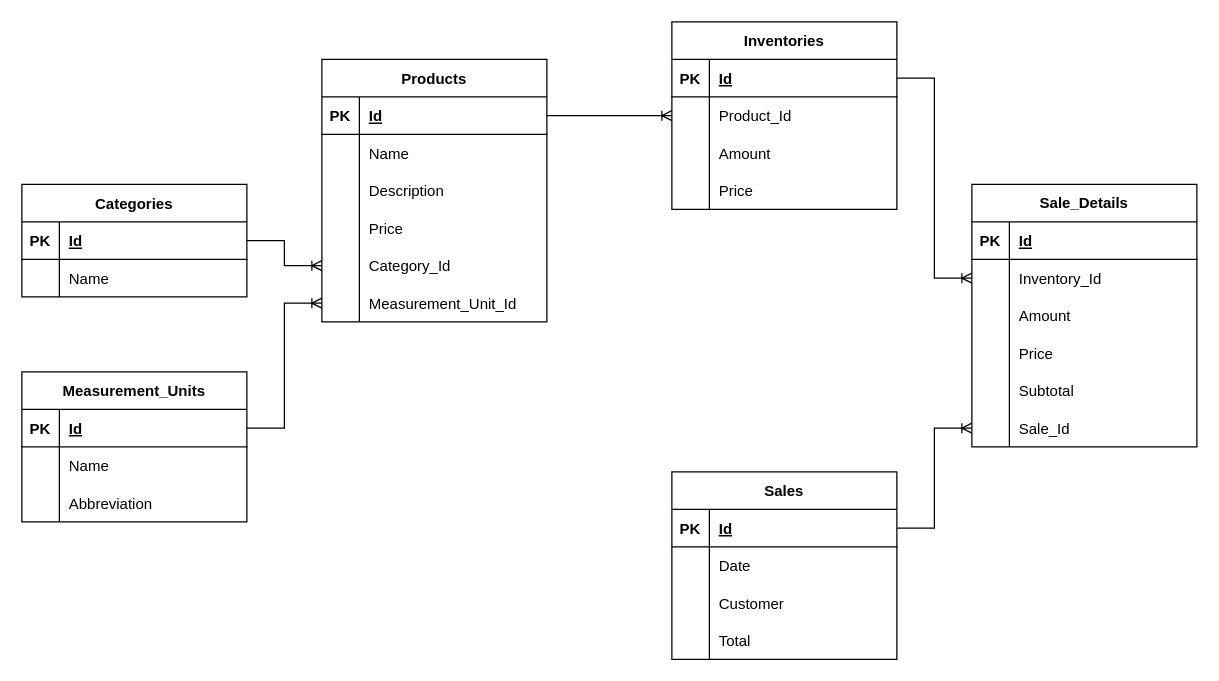
Before: page "Página-1" (1 of 3) of Ferreteria.drawio in Yayis24/FerreDi, a draw.io diagram. Source tidied: cells renumbered, new cells numbered last; positions are measured from the earlier drawing's top-left corner, leaving out a move shared by most shapes. Both pictures are drawn from the tidied source at 125%, with x=0, y=0 at pixel (21, 21).
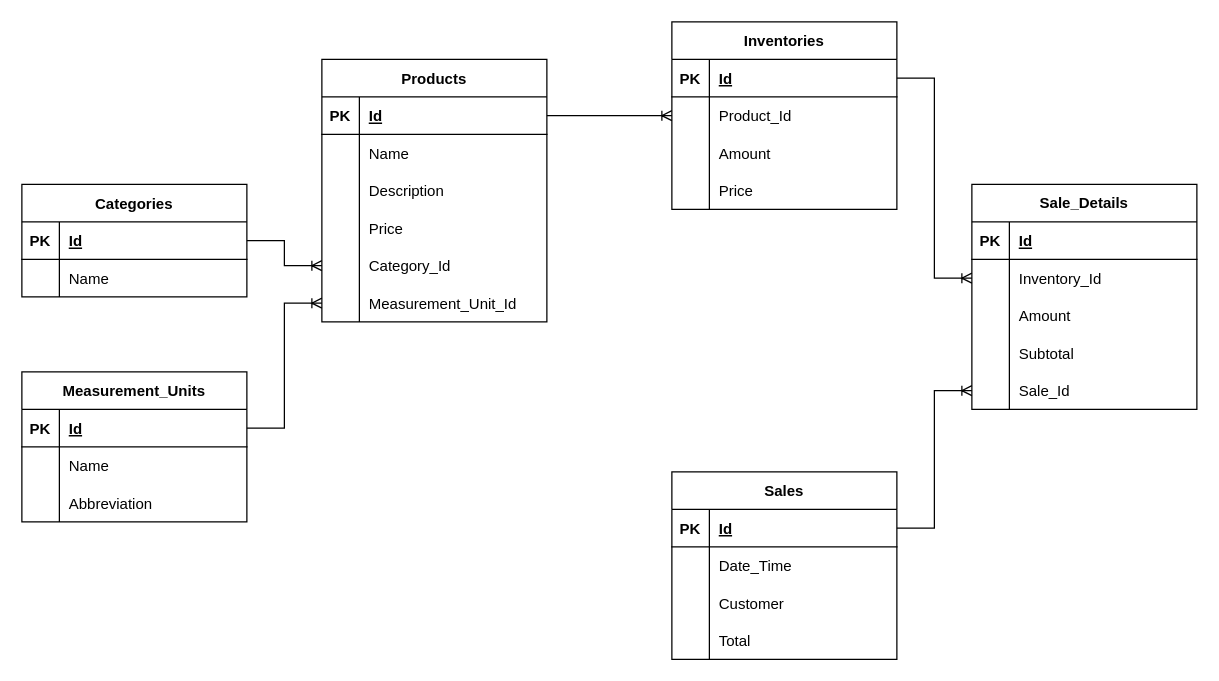
The same page after the edit.

Unchanged cells that the change refers to:
```xml
<mxCell id="55" style="shape=tableRow;horizontal=0;startSize=0;swimlaneHead=0;swimlaneBody=0;fillColor=none;top=0;left=0;right=0;bottom=0;" parent="51" vertex="1">
  <mxGeometry y="60" width="180" height="30" as="geometry" />
</mxCell>
```

The edit, as a diff of the source:
```diff
@@
-    <mxCell id="57" value="Date" style="shape=partialRectangle;fillColor=none;top=0;left=0;bottom=0;right=0;align=left;spacingLeft=6;overflow=hidden;" parent="55" vertex="1">
+    <mxCell id="57" value="Date_Time" style="shape=partialRectangle;fillColor=none;top=0;left=0;bottom=0;right=0;align=left;spacingLeft=6;overflow=hidden;" parent="55" vertex="1">
       <mxGeometry x="30" width="150" height="30" as="geometry" />
     </mxCell>
@@
     <mxCell id="64" value="Sale_Details" style="shape=table;startSize=30;childLayout=tableLayout;rowLines=0;fontStyle=1;align=center;whiteSpace=wrap;" parent="1" vertex="1">
-      <mxGeometry x="760" y="130" width="180" height="210" as="geometry" />
+      <mxGeometry x="760" y="130" width="180" height="180" as="geometry" />
     </mxCell>
@@
-    <mxCell id="74" style="shape=tableRow;horizontal=0;startSize=0;swimlaneHead=0;swimlaneBody=0;fillColor=none;top=0;left=0;right=0;bottom=0;" parent="64" vertex="1">
-      <mxGeometry y="120" width="180" height="30" as="geometry" />
-    </mxCell>
-    <mxCell id="75" style="shape=partialRectangle;fillColor=none;top=0;left=0;bottom=0;right=0;overflow=hidden;" parent="74" vertex="1">
-      <mxGeometry width="30" height="30" as="geometry" />
-    </mxCell>
-    <mxCell id="76" value="Price" style="shape=partialRectangle;fillColor=none;top=0;left=0;bottom=0;right=0;align=left;spacingLeft=6;overflow=hidden;" parent="74" vertex="1">
-      <mxGeometry x="30" width="150" height="30" as="geometry" />
-    </mxCell>
     <mxCell id="77" style="shape=tableRow;horizontal=0;startSize=0;swimlaneHead=0;swimlaneBody=0;fillColor=none;top=0;left=0;right=0;bottom=0;" parent="64" vertex="1">
-      <mxGeometry y="150" width="180" height="30" as="geometry" />
+      <mxGeometry y="120" width="180" height="30" as="geometry" />
     </mxCell>
@@
     <mxCell id="80" style="shape=tableRow;horizontal=0;startSize=0;swimlaneHead=0;swimlaneBody=0;fillColor=none;points=[[0,0.5],[1,0.5]];portConstraint=eastwest;top=0;left=0;right=0;bottom=0;" parent="64" vertex="1">
-      <mxGeometry y="180" width="180" height="30" as="geometry" />
+      <mxGeometry y="150" width="180" height="30" as="geometry" />
     </mxCell>
```
